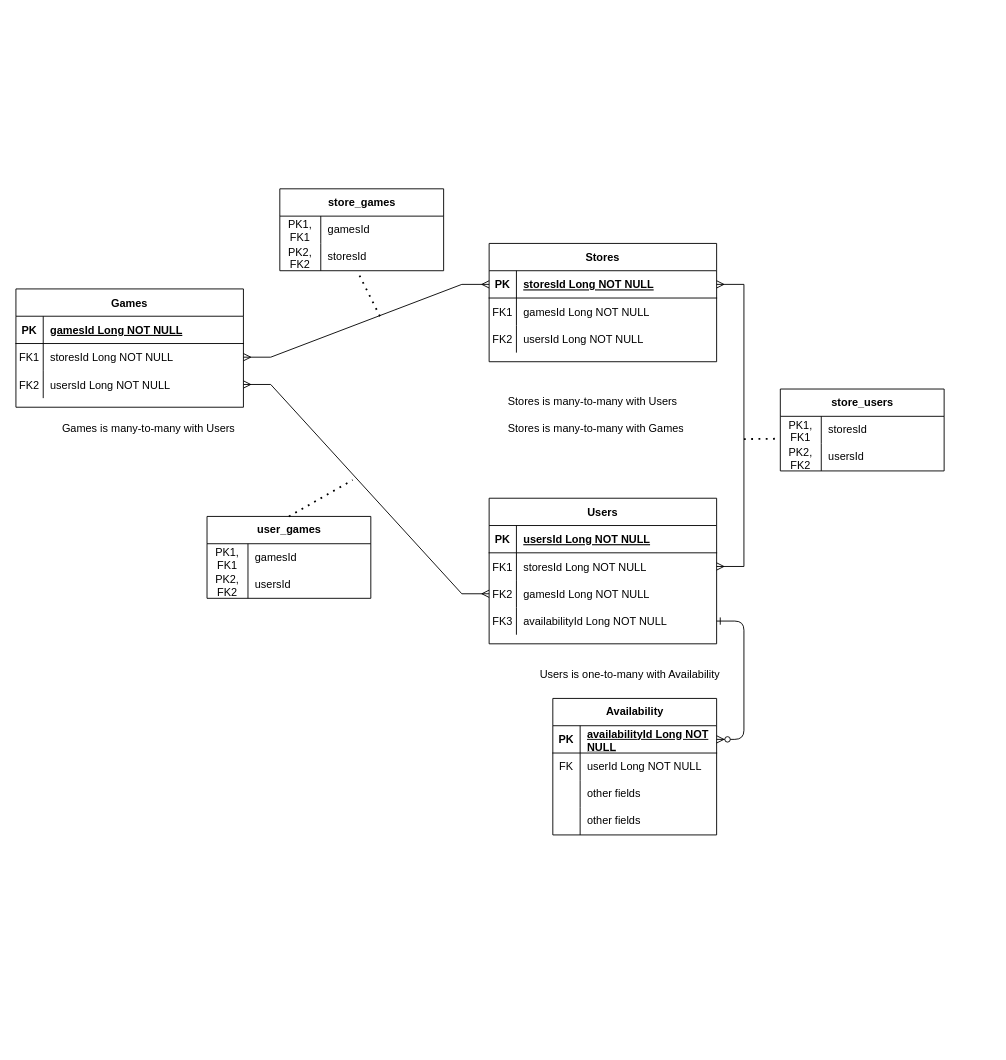
EcSamuel/Spring-Boot-Final keeps this draw.io diagram as SpringBootFinal.drawio. Above is the earlier version. Source tidied: cells renumbered, new cells numbered last; positions are measured from the earlier drawing's top-left corner, leaving out a move shared by most shapes. Both pictures are drawn from the tidied source at 91%, with x=0, y=0 at pixel (15, 188).
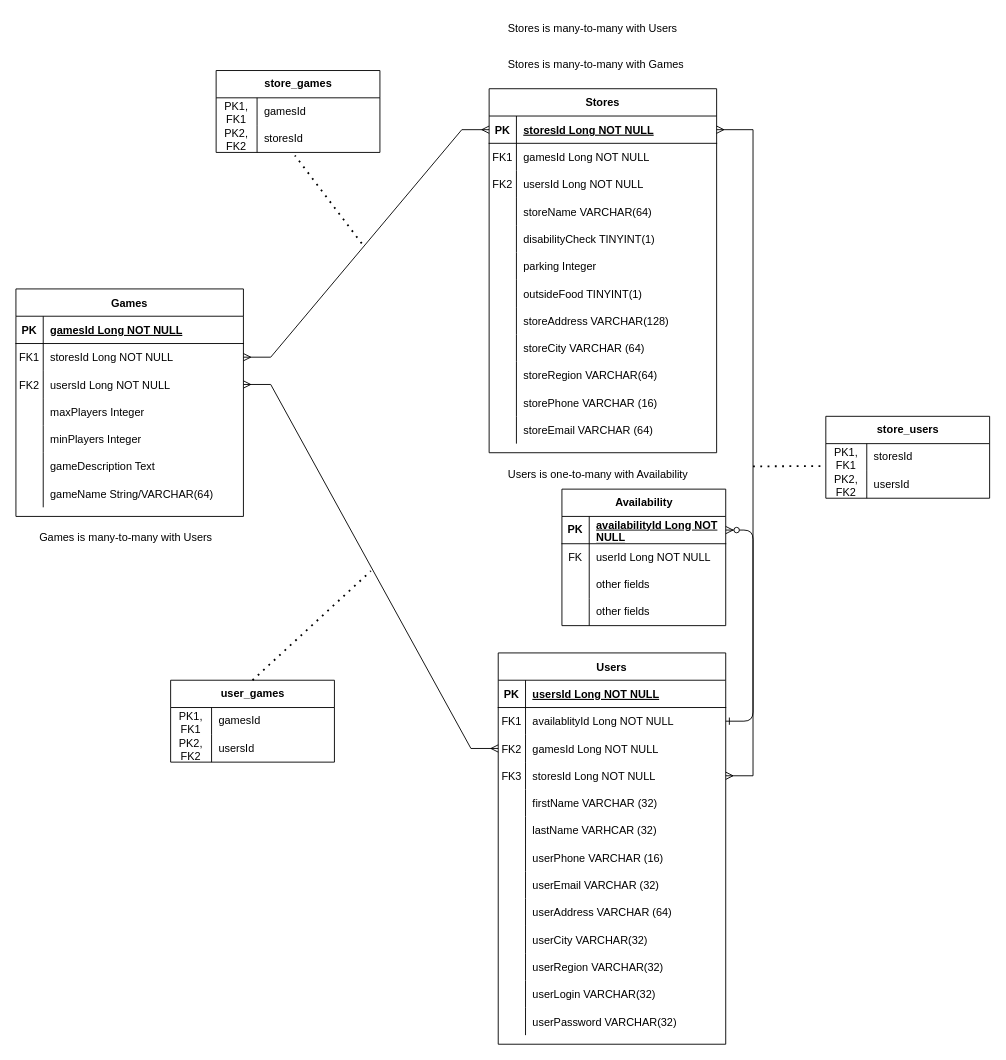
Above is the later version.

Unchanged cells that the change refers to:
```xml
<mxCell id="4" style="shape=partialRectangle;fillColor=none;points=[[0,0.5],[1,0.5]];portConstraint=eastwest;top=0;left=0;right=0;bottom=1;" parent="3" vertex="1">
  <mxGeometry y="30" width="250" height="30" as="geometry" />
</mxCell>
<mxCell id="17" style="shape=partialRectangle;fillColor=none;points=[[0,0.5],[1,0.5]];portConstraint=eastwest;top=0;left=0;right=0;bottom=0;" parent="13" vertex="1">
  <mxGeometry y="60" width="250" height="30" as="geometry" />
</mxCell>
<mxCell id="23" style="shape=partialRectangle;fillColor=none;points=[[0,0.5],[1,0.5]];portConstraint=eastwest;top=0;left=0;right=0;bottom=0;" parent="13" vertex="1">
  <mxGeometry y="120" width="250" height="30" as="geometry" />
</mxCell>
<mxCell id="37" style="shape=tableRow;horizontal=0;startSize=0;swimlaneHead=0;swimlaneBody=0;fillColor=none;points=[[0,0.5],[1,0.5]];portConstraint=eastwest;top=0;left=0;right=0;bottom=1;" parent="36" vertex="1">
  <mxGeometry y="30" width="180" height="30" as="geometry" />
</mxCell>
<mxCell id="60" style="shape=tableRow;horizontal=0;startSize=0;swimlaneHead=0;swimlaneBody=0;fillColor=none;points=[[0,0.5],[1,0.5]];portConstraint=eastwest;top=0;left=0;right=0;bottom=0;" parent="56" vertex="1">
  <mxGeometry y="60" width="180" height="30" as="geometry" />
</mxCell>
<mxCell id="71" style="shape=tableRow;horizontal=0;startSize=0;swimlaneHead=0;swimlaneBody=0;fillColor=none;points=[[0,0.5],[1,0.5]];portConstraint=eastwest;top=0;left=0;right=0;bottom=0;" parent="70" vertex="1">
  <mxGeometry y="30" width="180" height="30" as="geometry" />
</mxCell>
```

What changed in the source:
```diff
@@
-    <mxCell id="2" style="edgeStyle=entityRelationEdgeStyle;endArrow=ERzeroToMany;startArrow=ERone;endFill=1;startFill=0;exitX=1;exitY=0.5;exitDx=0;exitDy=0;entryX=1;entryY=0.5;entryDx=0;entryDy=0;" parent="1" edge="1" source="23" target="37">
+    <mxCell id="2" style="edgeStyle=entityRelationEdgeStyle;endArrow=ERzeroToMany;startArrow=ERone;endFill=1;startFill=0;exitX=1;exitY=0.5;exitDx=0;exitDy=0;entryX=1;entryY=0.5;entryDx=0;entryDy=0;" parent="1" edge="1" source="17" target="37">
       <mxGeometry relative="1" as="geometry" />
     </mxCell>
     <mxCell id="3" value="Stores" style="shape=table;startSize=30;childLayout=tableLayout;rowLines=0;fontStyle=1;align=center;" parent="1" vertex="1">
-      <mxGeometry x="520" y="60" width="250" height="130" as="geometry" />
+      <mxGeometry x="520" y="-110" width="250" height="400" as="geometry" />
     </mxCell>
@@
+    <mxCell id="80" style="shape=partialRectangle;fillColor=none;top=0;left=0;right=0;bottom=0;" parent="3" vertex="1">
+      <mxGeometry y="120" width="250" height="30" as="geometry" />
+    </mxCell>
+    <mxCell id="81" style="shape=partialRectangle;overflow=hidden;fillColor=none;top=0;left=0;bottom=0;right=0;" parent="80" vertex="1">
+      <mxGeometry width="30" height="30" as="geometry" />
+    </mxCell>
+    <mxCell id="82" value="storeName VARCHAR(64)" style="shape=partialRectangle;overflow=hidden;fillColor=none;top=0;left=0;bottom=0;right=0;align=left;spacingLeft=6;" parent="80" vertex="1">
+      <mxGeometry x="30" width="220" height="30" as="geometry" />
+    </mxCell>
+    <mxCell id="83" style="shape=partialRectangle;fillColor=none;top=0;left=0;right=0;bottom=0;" parent="3" vertex="1">
+      <mxGeometry y="150" width="250" height="30" as="geometry" />
+    </mxCell>
+    <mxCell id="84" style="shape=partialRectangle;overflow=hidden;fillColor=none;top=0;left=0;bottom=0;right=0;" parent="83" vertex="1">
+      <mxGeometry width="30" height="30" as="geometry" />
+    </mxCell>
+    <mxCell id="85" value="disabilityCheck TINYINT(1)" style="shape=partialRectangle;overflow=hidden;fillColor=none;top=0;left=0;bottom=0;right=0;align=left;spacingLeft=6;" parent="83" vertex="1">
+      <mxGeometry x="30" width="220" height="30" as="geometry" />
+    </mxCell>
+    <mxCell id="86" style="shape=partialRectangle;fillColor=none;top=0;left=0;right=0;bottom=0;" parent="3" vertex="1">
+      <mxGeometry y="180" width="250" height="30" as="geometry" />
+    </mxCell>
+    <mxCell id="87" style="shape=partialRectangle;overflow=hidden;fillColor=none;top=0;left=0;bottom=0;right=0;" parent="86" vertex="1">
+      <mxGeometry width="30" height="30" as="geometry" />
+    </mxCell>
+    <mxCell id="88" value="parking Integer" style="shape=partialRectangle;overflow=hidden;fillColor=none;top=0;left=0;bottom=0;right=0;align=left;spacingLeft=6;" parent="86" vertex="1">
+      <mxGeometry x="30" width="220" height="30" as="geometry" />
+    </mxCell>
+    <mxCell id="89" style="shape=partialRectangle;fillColor=none;top=0;left=0;right=0;bottom=0;" parent="3" vertex="1">
+      <mxGeometry y="210" width="250" height="30" as="geometry" />
+    </mxCell>
+    <mxCell id="90" style="shape=partialRectangle;overflow=hidden;fillColor=none;top=0;left=0;bottom=0;right=0;" parent="89" vertex="1">
+      <mxGeometry width="30" height="30" as="geometry" />
+    </mxCell>
+    <mxCell id="91" value="outsideFood TINYINT(1)" style="shape=partialRectangle;overflow=hidden;fillColor=none;top=0;left=0;bottom=0;right=0;align=left;spacingLeft=6;" parent="89" vertex="1">
+      <mxGeometry x="30" width="220" height="30" as="geometry" />
+    </mxCell>
+    <mxCell id="92" style="shape=partialRectangle;fillColor=none;top=0;left=0;right=0;bottom=0;" parent="3" vertex="1">
+      <mxGeometry y="240" width="250" height="30" as="geometry" />
+    </mxCell>
+    <mxCell id="93" style="shape=partialRectangle;overflow=hidden;fillColor=none;top=0;left=0;bottom=0;right=0;" parent="92" vertex="1">
+      <mxGeometry width="30" height="30" as="geometry" />
+    </mxCell>
+    <mxCell id="94" value="storeAddress VARCHAR(128)" style="shape=partialRectangle;overflow=hidden;fillColor=none;top=0;left=0;bottom=0;right=0;align=left;spacingLeft=6;" parent="92" vertex="1">
+      <mxGeometry x="30" width="220" height="30" as="geometry" />
+    </mxCell>
+    <mxCell id="95" style="shape=partialRectangle;fillColor=none;top=0;left=0;right=0;bottom=0;" parent="3" vertex="1">
+      <mxGeometry y="270" width="250" height="30" as="geometry" />
+    </mxCell>
+    <mxCell id="96" style="shape=partialRectangle;overflow=hidden;fillColor=none;top=0;left=0;bottom=0;right=0;" parent="95" vertex="1">
+      <mxGeometry width="30" height="30" as="geometry" />
+    </mxCell>
+    <mxCell id="97" value="storeCity VARCHAR (64)" style="shape=partialRectangle;overflow=hidden;fillColor=none;top=0;left=0;bottom=0;right=0;align=left;spacingLeft=6;" parent="95" vertex="1">
+      <mxGeometry x="30" width="220" height="30" as="geometry" />
+    </mxCell>
+    <mxCell id="98" style="shape=partialRectangle;fillColor=none;top=0;left=0;right=0;bottom=0;" parent="3" vertex="1">
+      <mxGeometry y="300" width="250" height="30" as="geometry" />
+    </mxCell>
+    <mxCell id="99" style="shape=partialRectangle;overflow=hidden;fillColor=none;top=0;left=0;bottom=0;right=0;" parent="98" vertex="1">
+      <mxGeometry width="30" height="30" as="geometry" />
+    </mxCell>
+    <mxCell id="100" value="storeRegion VARCHAR(64)" style="shape=partialRectangle;overflow=hidden;fillColor=none;top=0;left=0;bottom=0;right=0;align=left;spacingLeft=6;" parent="98" vertex="1">
+      <mxGeometry x="30" width="220" height="30" as="geometry" />
+    </mxCell>
+    <mxCell id="101" style="shape=partialRectangle;fillColor=none;top=0;left=0;right=0;bottom=0;" parent="3" vertex="1">
+      <mxGeometry y="330" width="250" height="30" as="geometry" />
+    </mxCell>
+    <mxCell id="102" style="shape=partialRectangle;overflow=hidden;fillColor=none;top=0;left=0;bottom=0;right=0;" parent="101" vertex="1">
+      <mxGeometry width="30" height="30" as="geometry" />
+    </mxCell>
+    <mxCell id="103" value="storePhone VARCHAR (16)" style="shape=partialRectangle;overflow=hidden;fillColor=none;top=0;left=0;bottom=0;right=0;align=left;spacingLeft=6;" parent="101" vertex="1">
+      <mxGeometry x="30" width="220" height="30" as="geometry" />
+    </mxCell>
+    <mxCell id="104" style="shape=partialRectangle;fillColor=none;top=0;left=0;right=0;bottom=0;" parent="3" vertex="1">
+      <mxGeometry y="360" width="250" height="30" as="geometry" />
+    </mxCell>
+    <mxCell id="105" style="shape=partialRectangle;overflow=hidden;fillColor=none;top=0;left=0;bottom=0;right=0;" parent="104" vertex="1">
+      <mxGeometry width="30" height="30" as="geometry" />
+    </mxCell>
+    <mxCell id="106" value="storeEmail VARCHAR (64)" style="shape=partialRectangle;overflow=hidden;fillColor=none;top=0;left=0;bottom=0;right=0;align=left;spacingLeft=6;" parent="104" vertex="1">
+      <mxGeometry x="30" width="220" height="30" as="geometry" />
+    </mxCell>
     <mxCell id="13" value="Users" style="shape=table;startSize=30;childLayout=tableLayout;rowLines=0;fontStyle=1;align=center;" parent="1" vertex="1">
-      <mxGeometry x="520" y="340" width="250" height="160" as="geometry" />
+      <mxGeometry x="530" y="510" width="250" height="430" as="geometry" />
     </mxCell>
@@
-    <mxCell id="19" value="storesId Long NOT NULL" style="shape=partialRectangle;overflow=hidden;fillColor=none;top=0;left=0;bottom=0;right=0;align=left;spacingLeft=6;" parent="17" vertex="1">
+    <mxCell id="19" value="availablityId Long NOT NULL" style="shape=partialRectangle;overflow=hidden;fillColor=none;top=0;left=0;bottom=0;right=0;align=left;spacingLeft=6;" parent="17" vertex="1">
       <mxGeometry x="30" width="220" height="30" as="geometry" />
     </mxCell>
@@
-    <mxCell id="25" value="availabilityId Long NOT NULL" style="shape=partialRectangle;overflow=hidden;fillColor=none;top=0;left=0;bottom=0;right=0;align=left;spacingLeft=6;" parent="23" vertex="1">
+    <mxCell id="25" value="storesId Long NOT NULL" style="shape=partialRectangle;overflow=hidden;fillColor=none;top=0;left=0;bottom=0;right=0;align=left;spacingLeft=6;" parent="23" vertex="1">
       <mxGeometry x="30" width="220" height="30" as="geometry" />
     </mxCell>
+    <mxCell id="107" style="shape=partialRectangle;fillColor=none;top=0;left=0;right=0;bottom=0;" parent="13" vertex="1">
+      <mxGeometry y="150" width="250" height="30" as="geometry" />
+    </mxCell>
+    <mxCell id="108" style="shape=partialRectangle;overflow=hidden;fillColor=none;top=0;left=0;bottom=0;right=0;" parent="107" vertex="1">
+      <mxGeometry width="30" height="30" as="geometry" />
+    </mxCell>
+    <mxCell id="109" value="firstName VARCHAR (32)" style="shape=partialRectangle;overflow=hidden;fillColor=none;top=0;left=0;bottom=0;right=0;align=left;spacingLeft=6;" parent="107" vertex="1">
+      <mxGeometry x="30" width="220" height="30" as="geometry" />
+    </mxCell>
+    <mxCell id="110" style="shape=partialRectangle;fillColor=none;top=0;left=0;right=0;bottom=0;" parent="13" vertex="1">
+      <mxGeometry y="180" width="250" height="30" as="geometry" />
+    </mxCell>
+    <mxCell id="111" style="shape=partialRectangle;overflow=hidden;fillColor=none;top=0;left=0;bottom=0;right=0;" parent="110" vertex="1">
+      <mxGeometry width="30" height="30" as="geometry" />
+    </mxCell>
+    <mxCell id="112" value="lastName VARHCAR (32)" style="shape=partialRectangle;overflow=hidden;fillColor=none;top=0;left=0;bottom=0;right=0;align=left;spacingLeft=6;" parent="110" vertex="1">
+      <mxGeometry x="30" width="220" height="30" as="geometry" />
+    </mxCell>
+    <mxCell id="113" style="shape=partialRectangle;fillColor=none;top=0;left=0;right=0;bottom=0;" parent="13" vertex="1">
+      <mxGeometry y="210" width="250" height="30" as="geometry" />
+    </mxCell>
+    <mxCell id="114" style="shape=partialRectangle;overflow=hidden;fillColor=none;top=0;left=0;bottom=0;right=0;" parent="113" vertex="1">
+      <mxGeometry width="30" height="30" as="geometry" />
+    </mxCell>
+    <mxCell id="115" value="userPhone VARCHAR (16)" style="shape=partialRectangle;overflow=hidden;fillColor=none;top=0;left=0;bottom=0;right=0;align=left;spacingLeft=6;" parent="113" vertex="1">
+      <mxGeometry x="30" width="220" height="30" as="geometry" />
+    </mxCell>
+    <mxCell id="116" style="shape=partialRectangle;fillColor=none;top=0;left=0;right=0;bottom=0;" parent="13" vertex="1">
+      <mxGeometry y="240" width="250" height="30" as="geometry" />
+    </mxCell>
+    <mxCell id="117" style="shape=partialRectangle;overflow=hidden;fillColor=none;top=0;left=0;bottom=0;right=0;" parent="116" vertex="1">
+      <mxGeometry width="30" height="30" as="geometry" />
+    </mxCell>
+    <mxCell id="118" value="userEmail VARCHAR (32)" style="shape=partialRectangle;overflow=hidden;fillColor=none;top=0;left=0;bottom=0;right=0;align=left;spacingLeft=6;" parent="116" vertex="1">
+      <mxGeometry x="30" width="220" height="30" as="geometry" />
+    </mxCell>
+    <mxCell id="119" style="shape=partialRectangle;fillColor=none;top=0;left=0;right=0;bottom=0;" parent="13" vertex="1">
+      <mxGeometry y="270" width="250" height="30" as="geometry" />
+    </mxCell>
+    <mxCell id="120" style="shape=partialRectangle;overflow=hidden;fillColor=none;top=0;left=0;bottom=0;right=0;" parent="119" vertex="1">
+      <mxGeometry width="30" height="30" as="geometry" />
+    </mxCell>
+    <mxCell id="121" value="userAddress VARCHAR (64)" style="shape=partialRectangle;overflow=hidden;fillColor=none;top=0;left=0;bottom=0;right=0;align=left;spacingLeft=6;" parent="119" vertex="1">
+      <mxGeometry x="30" width="220" height="30" as="geometry" />
+    </mxCell>
+    <mxCell id="122" style="shape=partialRectangle;fillColor=none;top=0;left=0;right=0;bottom=0;" parent="13" vertex="1">
+      <mxGeometry y="300" width="250" height="30" as="geometry" />
+    </mxCell>
+    <mxCell id="123" style="shape=partialRectangle;overflow=hidden;fillColor=none;top=0;left=0;bottom=0;right=0;" parent="122" vertex="1">
+      <mxGeometry width="30" height="30" as="geometry" />
+    </mxCell>
+    <mxCell id="124" value="userCity VARCHAR(32)" style="shape=partialRectangle;overflow=hidden;fillColor=none;top=0;left=0;bottom=0;right=0;align=left;spacingLeft=6;" parent="122" vertex="1">
+      <mxGeometry x="30" width="220" height="30" as="geometry" />
+    </mxCell>
+    <mxCell id="125" style="shape=partialRectangle;fillColor=none;top=0;left=0;right=0;bottom=0;" parent="13" vertex="1">
+      <mxGeometry y="330" width="250" height="30" as="geometry" />
+    </mxCell>
+    <mxCell id="126" style="shape=partialRectangle;overflow=hidden;fillColor=none;top=0;left=0;bottom=0;right=0;" parent="125" vertex="1">
+      <mxGeometry width="30" height="30" as="geometry" />
+    </mxCell>
+    <mxCell id="127" value="userRegion VARCHAR(32)" style="shape=partialRectangle;overflow=hidden;fillColor=none;top=0;left=0;bottom=0;right=0;align=left;spacingLeft=6;" parent="125" vertex="1">
+      <mxGeometry x="30" width="220" height="30" as="geometry" />
+    </mxCell>
+    <mxCell id="128" style="shape=partialRectangle;fillColor=none;top=0;left=0;right=0;bottom=0;" parent="13" vertex="1">
+      <mxGeometry y="360" width="250" height="30" as="geometry" />
+    </mxCell>
+    <mxCell id="129" style="shape=partialRectangle;overflow=hidden;fillColor=none;top=0;left=0;bottom=0;right=0;" parent="128" vertex="1">
+      <mxGeometry width="30" height="30" as="geometry" />
+    </mxCell>
+    <mxCell id="130" value="userLogin VARCHAR(32)" style="shape=partialRectangle;overflow=hidden;fillColor=none;top=0;left=0;bottom=0;right=0;align=left;spacingLeft=6;" parent="128" vertex="1">
+      <mxGeometry x="30" width="220" height="30" as="geometry" />
+    </mxCell>
+    <mxCell id="131" style="shape=partialRectangle;fillColor=none;top=0;left=0;right=0;bottom=0;" parent="13" vertex="1">
+      <mxGeometry y="390" width="250" height="30" as="geometry" />
+    </mxCell>
+    <mxCell id="132" style="shape=partialRectangle;overflow=hidden;fillColor=none;top=0;left=0;bottom=0;right=0;" parent="131" vertex="1">
+      <mxGeometry width="30" height="30" as="geometry" />
+    </mxCell>
+    <mxCell id="133" value="userPassword VARCHAR(32)" style="shape=partialRectangle;overflow=hidden;fillColor=none;top=0;left=0;bottom=0;right=0;align=left;spacingLeft=6;" parent="131" vertex="1">
+      <mxGeometry x="30" width="220" height="30" as="geometry" />
+    </mxCell>
     <mxCell id="26" value="Games" style="shape=table;startSize=30;childLayout=tableLayout;rowLines=0;fontStyle=1;align=center;" parent="1" vertex="1">
-      <mxGeometry y="110" width="250" height="130" as="geometry" />
+      <mxGeometry y="110" width="250" height="250" as="geometry" />
     </mxCell>
@@
+    <mxCell id="134" style="shape=partialRectangle;fillColor=none;top=0;left=0;right=0;bottom=0;" parent="26" vertex="1">
+      <mxGeometry y="120" width="250" height="30" as="geometry" />
+    </mxCell>
+    <mxCell id="135" style="shape=partialRectangle;overflow=hidden;fillColor=none;top=0;left=0;bottom=0;right=0;" parent="134" vertex="1">
+      <mxGeometry width="30" height="30" as="geometry" />
+    </mxCell>
+    <mxCell id="136" value="maxPlayers Integer" style="shape=partialRectangle;overflow=hidden;fillColor=none;top=0;left=0;bottom=0;right=0;align=left;spacingLeft=6;" parent="134" vertex="1">
+      <mxGeometry x="30" width="220" height="30" as="geometry" />
+    </mxCell>
+    <mxCell id="137" style="shape=partialRectangle;fillColor=none;top=0;left=0;right=0;bottom=0;" parent="26" vertex="1">
+      <mxGeometry y="150" width="250" height="30" as="geometry" />
+    </mxCell>
+    <mxCell id="138" style="shape=partialRectangle;overflow=hidden;fillColor=none;top=0;left=0;bottom=0;right=0;" parent="137" vertex="1">
+      <mxGeometry width="30" height="30" as="geometry" />
+    </mxCell>
+    <mxCell id="139" value="minPlayers Integer" style="shape=partialRectangle;overflow=hidden;fillColor=none;top=0;left=0;bottom=0;right=0;align=left;spacingLeft=6;" parent="137" vertex="1">
+      <mxGeometry x="30" width="220" height="30" as="geometry" />
+    </mxCell>
+    <mxCell id="140" style="shape=partialRectangle;fillColor=none;top=0;left=0;right=0;bottom=0;" parent="26" vertex="1">
+      <mxGeometry y="180" width="250" height="30" as="geometry" />
+    </mxCell>
+    <mxCell id="141" style="shape=partialRectangle;overflow=hidden;fillColor=none;top=0;left=0;bottom=0;right=0;" parent="140" vertex="1">
+      <mxGeometry width="30" height="30" as="geometry" />
+    </mxCell>
+    <mxCell id="142" value="gameDescription Text" style="shape=partialRectangle;overflow=hidden;fillColor=none;top=0;left=0;bottom=0;right=0;align=left;spacingLeft=6;" parent="140" vertex="1">
+      <mxGeometry x="30" width="220" height="30" as="geometry" />
+    </mxCell>
+    <mxCell id="143" style="shape=partialRectangle;fillColor=none;top=0;left=0;right=0;bottom=0;" parent="26" vertex="1">
+      <mxGeometry y="210" width="250" height="30" as="geometry" />
+    </mxCell>
+    <mxCell id="144" style="shape=partialRectangle;overflow=hidden;fillColor=none;top=0;left=0;bottom=0;right=0;" parent="143" vertex="1">
+      <mxGeometry width="30" height="30" as="geometry" />
+    </mxCell>
+    <mxCell id="145" value="gameName String/VARCHAR(64)" style="shape=partialRectangle;overflow=hidden;fillColor=none;top=0;left=0;bottom=0;right=0;align=left;spacingLeft=6;" parent="143" vertex="1">
+      <mxGeometry x="30" width="220" height="30" as="geometry" />
+    </mxCell>
     <mxCell id="36" value="Availability" style="shape=table;startSize=30;childLayout=tableLayout;rowLines=0;fontStyle=1;align=center;html=1;" parent="1" vertex="1">
-      <mxGeometry x="590" y="560" width="180" height="150" as="geometry" />
+      <mxGeometry x="600" y="330" width="180" height="150" as="geometry" />
     </mxCell>
@@
-    <mxCell id="51" style="edgeStyle=entityRelationEdgeStyle;fontSize=12;html=1;endArrow=ERmany;startArrow=ERmany;rounded=0;entryX=1;entryY=0.5;entryDx=0;entryDy=0;exitX=1;exitY=0.5;exitDx=0;exitDy=0;" parent="1" edge="1" source="17" target="4">
+    <mxCell id="51" style="edgeStyle=entityRelationEdgeStyle;fontSize=12;html=1;endArrow=ERmany;startArrow=ERmany;rounded=0;entryX=1;entryY=0.5;entryDx=0;entryDy=0;" parent="1" edge="1" source="23" target="4">
       <mxGeometry relative="1" as="geometry">
         <Array as="points">
           <mxPoint x="550" y="280" />
         </Array>
       </mxGeometry>
     </mxCell>
     <mxCell id="52" value="Games is many-to-many with Users" style="text;strokeColor=none;fillColor=none;spacingLeft=4;spacingRight=4;overflow=hidden;fontSize=12;whiteSpace=wrap;html=1;" parent="1" vertex="1">
-      <mxGeometry x="45" y="250" width="220" height="30" as="geometry" />
+      <mxGeometry x="20" y="370" width="220" height="30" as="geometry" />
     </mxCell>
     <mxCell id="53" value="Stores is many-to-many with Users" style="text;strokeColor=none;fillColor=none;spacingLeft=4;spacingRight=4;overflow=hidden;fontSize=12;whiteSpace=wrap;html=1;" parent="1" vertex="1">
-      <mxGeometry x="535" y="220" width="220" height="30" as="geometry" />
+      <mxGeometry x="535" y="-190" width="220" height="30" as="geometry" />
     </mxCell>
     <mxCell id="54" value="Stores is many-to-many with Games" style="text;strokeColor=none;fillColor=none;spacingLeft=4;spacingRight=4;overflow=hidden;fontSize=12;whiteSpace=wrap;html=1;" parent="1" vertex="1">
-      <mxGeometry x="535" y="250" width="220" height="30" as="geometry" />
+      <mxGeometry x="535" y="-150" width="220" height="30" as="geometry" />
     </mxCell>
     <mxCell id="55" value="Users is one-to-many with Availability" style="text;strokeColor=none;fillColor=none;spacingLeft=4;spacingRight=4;overflow=hidden;fontSize=12;whiteSpace=wrap;html=1;" parent="1" vertex="1">
-      <mxGeometry x="570" y="520" width="220" height="30" as="geometry" />
+      <mxGeometry x="535" y="300" width="220" height="30" as="geometry" />
     </mxCell>
     <mxCell id="56" value="store_games" style="shape=table;startSize=30;childLayout=tableLayout;rowLines=0;fontStyle=1;align=center;html=1;" parent="1" vertex="1">
-      <mxGeometry x="290" width="180" height="90" as="geometry" />
+      <mxGeometry x="220" y="-130" width="180" height="90" as="geometry" />
     </mxCell>
@@
     <mxCell id="63" value="user_games" style="shape=table;startSize=30;childLayout=tableLayout;rowLines=0;fontStyle=1;align=center;html=1;" parent="1" vertex="1">
-      <mxGeometry x="210" y="360" width="180" height="90" as="geometry" />
+      <mxGeometry x="170" y="540" width="180" height="90" as="geometry" />
     </mxCell>
@@
     <mxCell id="70" value="store_users" style="shape=table;startSize=30;childLayout=tableLayout;rowLines=0;fontStyle=1;align=center;html=1;" parent="1" vertex="1">
-      <mxGeometry x="840" y="220" width="180" height="90" as="geometry" />
+      <mxGeometry x="890" y="250" width="180" height="90" as="geometry" />
     </mxCell>
@@
     <mxCell id="77" style="endArrow=none;dashed=1;html=1;dashPattern=1 3;strokeWidth=2;rounded=0;entryX=0.481;entryY=1.111;entryDx=0;entryDy=0;entryPerimeter=0;" parent="1" edge="1" target="60">
       <mxGeometry relative="1" as="geometry">
-        <mxPoint x="400" y="140" as="sourcePoint" />
+        <mxPoint x="380" y="60" as="sourcePoint" />
       </mxGeometry>
     </mxCell>
     <mxCell id="78" style="endArrow=none;dashed=1;html=1;dashPattern=1 3;strokeWidth=2;rounded=0;exitX=0.5;exitY=0;exitDx=0;exitDy=0;" parent="1" edge="1" source="63">
       <mxGeometry relative="1" as="geometry">
-        <mxPoint x="370" y="320" as="targetPoint" />
+        <mxPoint x="390" y="420" as="targetPoint" />
       </mxGeometry>
     </mxCell>
     <mxCell id="79" style="endArrow=none;dashed=1;html=1;dashPattern=1 3;strokeWidth=2;rounded=0;entryX=-0.026;entryY=0.822;entryDx=0;entryDy=0;entryPerimeter=0;" parent="1" edge="1" target="71">
       <mxGeometry relative="1" as="geometry">
-        <mxPoint x="800" y="275" as="sourcePoint" />
+        <mxPoint x="810" y="305" as="sourcePoint" />
       </mxGeometry>
     </mxCell>
```
